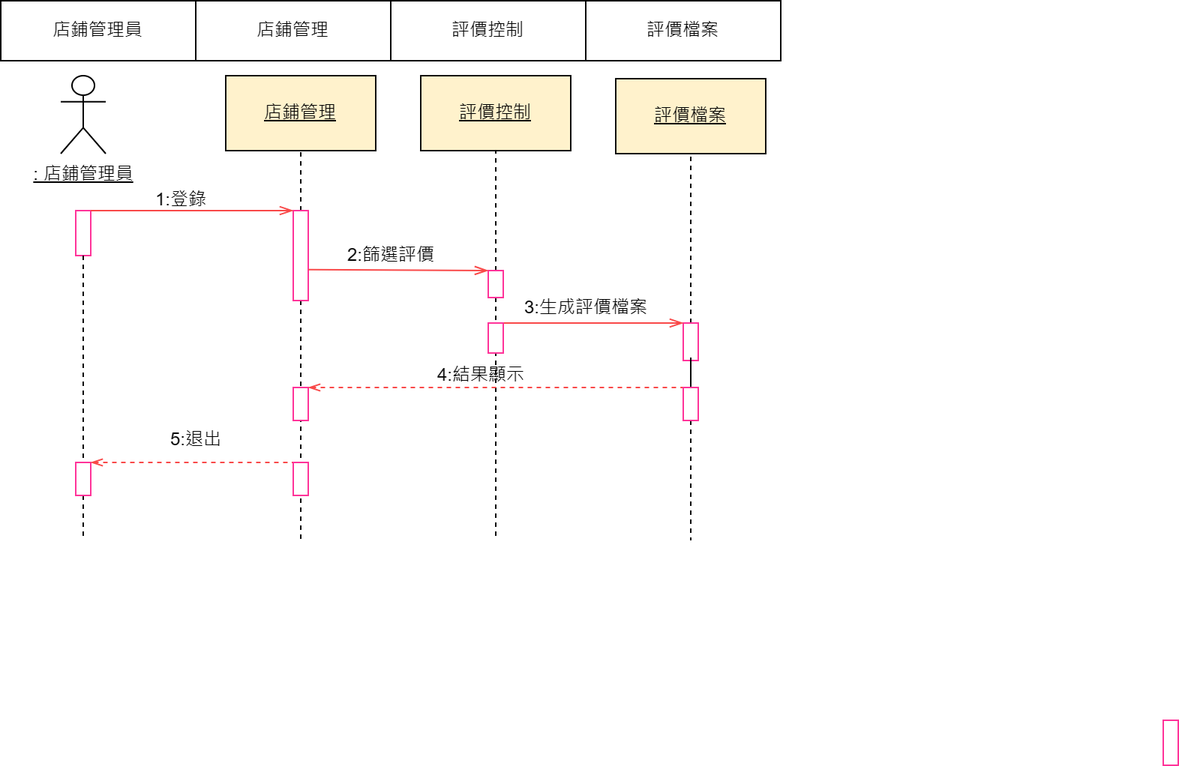
Above: 圖檔/5.1.4-1.drawio.png in 11024117/SE_Final-Paper (draw.io), before the change. Source tidied: cells renumbered, new cells last; positions are measured from the earlier drawing's top-left corner, leaving out a move shared by most shapes. Source of this version:
```xml
<mxGraphModel>
  <root>
    <mxCell id="0" />
    <mxCell id="1" parent="0" />
    <mxCell id="2" value="&lt;u&gt;: 店鋪管理員&lt;/u&gt;" style="shape=umlActor;verticalLabelPosition=bottom;verticalAlign=top;html=1;" parent="1" vertex="1">
      <mxGeometry x="40" y="50" width="30" height="52" as="geometry" />
    </mxCell>
    <mxCell id="3" value="&lt;u&gt;評價檔案&lt;/u&gt;" style="rounded=0;whiteSpace=wrap;html=1;fillColor=#fff2cc;strokeColor=#10100f;" parent="1" vertex="1">
      <mxGeometry x="410" y="52" width="100" height="50" as="geometry" />
    </mxCell>
    <mxCell id="4" value="&lt;u&gt;評價控制&lt;/u&gt;" style="rounded=0;whiteSpace=wrap;html=1;fillColor=#fff2cc;strokeColor=#10100f;" parent="1" vertex="1">
      <mxGeometry x="280" y="50" width="100" height="50" as="geometry" />
    </mxCell>
    <mxCell id="5" value="&lt;u&gt;店鋪管理&lt;/u&gt;" style="rounded=0;whiteSpace=wrap;html=1;fillColor=#fff2cc;strokeColor=#10100f;" parent="1" vertex="1">
      <mxGeometry x="150" y="50" width="100" height="50" as="geometry" />
    </mxCell>
    <mxCell id="6" style="rounded=0;whiteSpace=wrap;html=1;strokeColor=#FF3399;" parent="1" vertex="1">
      <mxGeometry x="50" y="140" width="10" height="30" as="geometry" />
    </mxCell>
    <mxCell id="7" style="edgeStyle=orthogonalEdgeStyle;rounded=0;jettySize=auto;html=1;exitX=0.5;exitY=1;exitDx=0;exitDy=0;endArrow=none;endFill=0;dashed=1;" parent="1" edge="1" source="8">
      <mxGeometry relative="1" as="geometry">
        <mxPoint x="55" y="360" as="targetPoint" />
      </mxGeometry>
    </mxCell>
    <mxCell id="8" style="rounded=0;whiteSpace=wrap;html=1;strokeColor=#FF3399;" parent="1" vertex="1">
      <mxGeometry x="50" y="308" width="10" height="22" as="geometry" />
    </mxCell>
    <mxCell id="9" style="edgeStyle=orthogonalEdgeStyle;rounded=0;jettySize=auto;html=1;exitX=0.5;exitY=1;exitDx=0;exitDy=0;entryX=0.5;entryY=0;entryDx=0;entryDy=0;dashed=1;endArrow=none;endFill=0;" parent="1" edge="1" source="6" target="8">
      <mxGeometry relative="1" as="geometry" />
    </mxCell>
    <mxCell id="10" style="edgeStyle=orthogonalEdgeStyle;rounded=0;jettySize=auto;html=1;exitX=0.5;exitY=0;exitDx=0;exitDy=0;entryX=0.5;entryY=1;entryDx=0;entryDy=0;dashed=1;endArrow=none;endFill=0;" parent="1" edge="1" source="12" target="5">
      <mxGeometry relative="1" as="geometry">
        <Array as="points">
          <mxPoint x="200" y="140" />
        </Array>
      </mxGeometry>
    </mxCell>
    <mxCell id="11" style="edgeStyle=orthogonalEdgeStyle;rounded=0;jettySize=auto;html=1;endArrow=none;endFill=0;dashed=1;" parent="1" edge="1" source="12">
      <mxGeometry relative="1" as="geometry">
        <mxPoint x="200" y="360" as="targetPoint" />
      </mxGeometry>
    </mxCell>
    <mxCell id="12" style="rounded=0;whiteSpace=wrap;html=1;strokeColor=#FF3399;labelBackgroundColor=default;" parent="1" vertex="1">
      <mxGeometry x="195" y="140" width="10" height="60" as="geometry" />
    </mxCell>
    <mxCell id="13" style="edgeStyle=orthogonalEdgeStyle;rounded=0;jettySize=auto;html=1;exitX=0.5;exitY=0;exitDx=0;exitDy=0;entryX=0.5;entryY=1;entryDx=0;entryDy=0;dashed=1;endArrow=none;endFill=0;" parent="1" edge="1" source="15" target="4">
      <mxGeometry relative="1" as="geometry" />
    </mxCell>
    <mxCell id="14" style="edgeStyle=orthogonalEdgeStyle;rounded=0;jettySize=auto;html=1;dashed=1;endArrow=none;endFill=0;" parent="1" edge="1" source="15">
      <mxGeometry relative="1" as="geometry">
        <mxPoint x="330" y="360" as="targetPoint" />
      </mxGeometry>
    </mxCell>
    <mxCell id="15" style="rounded=0;whiteSpace=wrap;html=1;strokeColor=#FF3399;labelBackgroundColor=default;" parent="1" vertex="1">
      <mxGeometry x="325" y="180" width="10" height="18" as="geometry" />
    </mxCell>
    <mxCell id="16" style="edgeStyle=orthogonalEdgeStyle;rounded=0;jettySize=auto;html=1;endArrow=none;endFill=0;dashed=1;exitX=0.5;exitY=0;exitDx=0;exitDy=0;entryX=0.5;entryY=1;entryDx=0;entryDy=0;" parent="1" edge="1" source="18" target="3">
      <mxGeometry relative="1" as="geometry" />
    </mxCell>
    <mxCell id="17" style="edgeStyle=orthogonalEdgeStyle;rounded=0;jettySize=auto;html=1;dashed=1;endArrow=none;endFill=0;" parent="1" edge="1" source="38">
      <mxGeometry relative="1" as="geometry">
        <mxPoint x="460" y="360" as="targetPoint" />
        <Array as="points">
          <mxPoint x="460" y="360" />
        </Array>
      </mxGeometry>
    </mxCell>
    <mxCell id="18" style="rounded=0;whiteSpace=wrap;html=1;strokeColor=#FF3399;labelBackgroundColor=default;" parent="1" vertex="1">
      <mxGeometry x="455" y="215" width="10" height="25" as="geometry" />
    </mxCell>
    <mxCell id="19" style="endArrow=openThin;endFill=0;endSize=7;html=1;rounded=0;edgeStyle=orthogonalEdgeStyle;entryX=0;entryY=0;entryDx=0;entryDy=0;strokeColor=#f94848;exitX=1;exitY=0;exitDx=0;exitDy=0;" parent="1" edge="1" source="6" target="12">
      <mxGeometry relative="1" as="geometry">
        <Array as="points">
          <mxPoint x="120" y="140" />
          <mxPoint x="120" y="140" />
        </Array>
      </mxGeometry>
    </mxCell>
    <mxCell id="20" style="endArrow=openThin;endFill=0;endSize=7;html=1;rounded=0;strokeColor=#f94848;exitX=1;exitY=0;exitDx=0;exitDy=0;entryX=0;entryY=0;entryDx=0;entryDy=0;" parent="1" edge="1" source="30" target="18">
      <mxGeometry relative="1" as="geometry" />
    </mxCell>
    <mxCell id="21" style="endArrow=none;endFill=0;endSize=7;html=1;rounded=0;strokeColor=#f94848;exitX=1;exitY=0;exitDx=0;exitDy=0;entryX=0;entryY=0;entryDx=0;entryDy=0;startArrow=openThin;startFill=0;dashed=1;" parent="1" edge="1" source="8" target="39">
      <mxGeometry relative="1" as="geometry" />
    </mxCell>
    <mxCell id="22" style="rounded=0;whiteSpace=wrap;html=1;strokeColor=#FF3399;" parent="1" vertex="1">
      <mxGeometry x="775" y="480" width="10" height="30" as="geometry" />
    </mxCell>
    <mxCell id="23" style="shape=table;startSize=0;" parent="1" vertex="1">
      <mxGeometry width="520" height="40" as="geometry" />
    </mxCell>
    <mxCell id="24" style="shape=tableRow;horizontal=0;startSize=0;swimlaneHead=0;swimlaneBody=0;strokeColor=inherit;top=0;left=0;bottom=0;right=0;fillColor=none;" parent="23" vertex="1">
      <mxGeometry width="520" height="40" as="geometry" />
    </mxCell>
    <mxCell id="25" value="店鋪管理員" style="shape=partialRectangle;html=1;whiteSpace=wrap;strokeColor=inherit;overflow=hidden;fillColor=none;top=0;left=0;bottom=0;right=0;" parent="24" vertex="1">
      <mxGeometry width="130" height="40" as="geometry" />
    </mxCell>
    <mxCell id="26" value="店鋪管理" style="shape=partialRectangle;html=1;whiteSpace=wrap;strokeColor=inherit;overflow=hidden;fillColor=none;top=0;left=0;bottom=0;right=0;" parent="24" vertex="1">
      <mxGeometry x="130" width="130" height="40" as="geometry" />
    </mxCell>
    <mxCell id="27" value="評價控制" style="shape=partialRectangle;html=1;whiteSpace=wrap;strokeColor=inherit;overflow=hidden;fillColor=none;top=0;left=0;bottom=0;right=0;" parent="24" vertex="1">
      <mxGeometry x="260" width="130" height="40" as="geometry" />
    </mxCell>
    <mxCell id="28" value="評價檔案" style="shape=partialRectangle;html=1;whiteSpace=wrap;strokeColor=inherit;overflow=hidden;fillColor=none;top=0;left=0;bottom=0;right=0;" parent="24" vertex="1">
      <mxGeometry x="390" width="130" height="40" as="geometry" />
    </mxCell>
    <mxCell id="29" style="rounded=0;whiteSpace=wrap;html=1;strokeColor=#FF3399;labelBackgroundColor=default;" parent="1" vertex="1">
      <mxGeometry x="195" y="258" width="10" height="22" as="geometry" />
    </mxCell>
    <mxCell id="30" style="rounded=0;whiteSpace=wrap;html=1;strokeColor=#FF3399;labelBackgroundColor=default;" parent="1" vertex="1">
      <mxGeometry x="325" y="215" width="10" height="20" as="geometry" />
    </mxCell>
    <mxCell id="31" value="5:退出" style="text;html=1;align=center;verticalAlign=middle;strokeColor=none;fillColor=none;" parent="1" vertex="1">
      <mxGeometry x="100" y="278" width="60" height="30" as="geometry" />
    </mxCell>
    <mxCell id="32" style="endArrow=none;endFill=0;endSize=7;html=1;rounded=0;strokeColor=#f94848;exitX=1;exitY=0;exitDx=0;exitDy=0;entryX=0;entryY=0;entryDx=0;entryDy=0;startArrow=openThin;startFill=0;dashed=1;" parent="1" edge="1" source="29" target="38">
      <mxGeometry relative="1" as="geometry" />
    </mxCell>
    <mxCell id="33" value="4:結果顯示" style="text;html=1;align=center;verticalAlign=middle;strokeColor=none;fillColor=none;" parent="1" vertex="1">
      <mxGeometry x="280" y="235" width="80" height="30" as="geometry" />
    </mxCell>
    <mxCell id="34" value="3:生成評價檔案" style="text;html=1;align=center;verticalAlign=middle;strokeColor=none;fillColor=none;" parent="1" vertex="1">
      <mxGeometry x="335" y="190" width="110" height="30" as="geometry" />
    </mxCell>
    <mxCell id="35" value="1:登錄" style="text;html=1;align=center;verticalAlign=middle;strokeColor=none;fillColor=none;" parent="1" vertex="1">
      <mxGeometry x="90" y="118" width="60" height="30" as="geometry" />
    </mxCell>
    <mxCell id="36" value="2:篩選評價" style="text;html=1;align=center;verticalAlign=middle;strokeColor=none;fillColor=none;" parent="1" vertex="1">
      <mxGeometry x="220" y="155" width="80" height="30" as="geometry" />
    </mxCell>
    <mxCell id="37" style="edgeStyle=orthogonalEdgeStyle;rounded=0;jettySize=auto;html=1;entryX=0.5;entryY=1;entryDx=0;entryDy=0;endArrow=none;endFill=0;dashed=1;" parent="1" edge="1" source="38" target="18">
      <mxGeometry relative="1" as="geometry" />
    </mxCell>
    <mxCell id="38" style="rounded=0;whiteSpace=wrap;html=1;strokeColor=#FF3399;labelBackgroundColor=default;" parent="1" vertex="1">
      <mxGeometry x="455" y="258" width="10" height="22" as="geometry" />
    </mxCell>
    <mxCell id="39" style="rounded=0;whiteSpace=wrap;html=1;strokeColor=#FF3399;labelBackgroundColor=default;" parent="1" vertex="1">
      <mxGeometry x="195" y="308" width="10" height="22" as="geometry" />
    </mxCell>
    <mxCell id="40" style="endArrow=openThin;endFill=0;endSize=7;html=1;rounded=0;strokeColor=#f94848;entryX=0;entryY=0;entryDx=0;entryDy=0;exitX=1.008;exitY=0.656;exitDx=0;exitDy=0;exitPerimeter=0;" parent="1" edge="1" source="12" target="15">
      <mxGeometry relative="1" as="geometry" />
    </mxCell>
  </root>
</mxGraphModel>
```
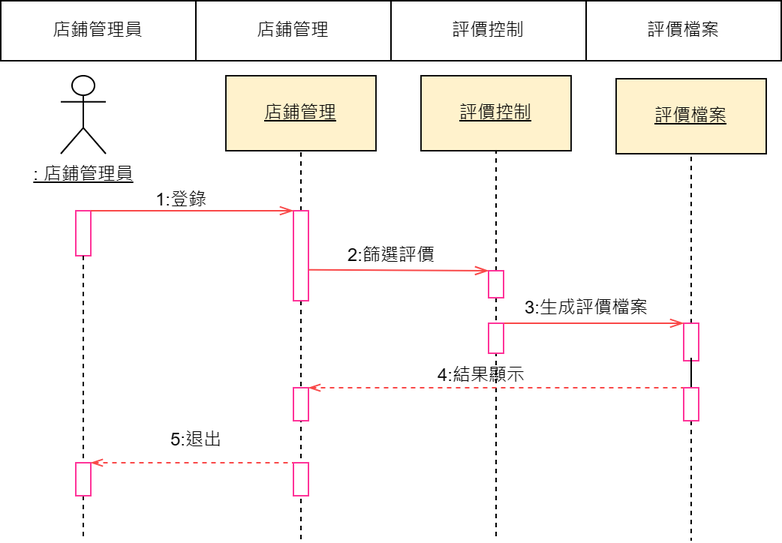
After the change.

What changed in the source:
```diff
@@ -82,9 +82,6 @@
     <mxCell id="21" style="endArrow=none;endFill=0;endSize=7;html=1;rounded=0;strokeColor=#f94848;exitX=1;exitY=0;exitDx=0;exitDy=0;entryX=0;entryY=0;entryDx=0;entryDy=0;startArrow=openThin;startFill=0;dashed=1;" parent="1" edge="1" source="8" target="39">
       <mxGeometry relative="1" as="geometry" />
     </mxCell>
-    <mxCell id="22" style="rounded=0;whiteSpace=wrap;html=1;strokeColor=#FF3399;" parent="1" vertex="1">
-      <mxGeometry x="775" y="480" width="10" height="30" as="geometry" />
-    </mxCell>
     <mxCell id="23" style="shape=table;startSize=0;" parent="1" vertex="1">
       <mxGeometry width="520" height="40" as="geometry" />
     </mxCell>
```
